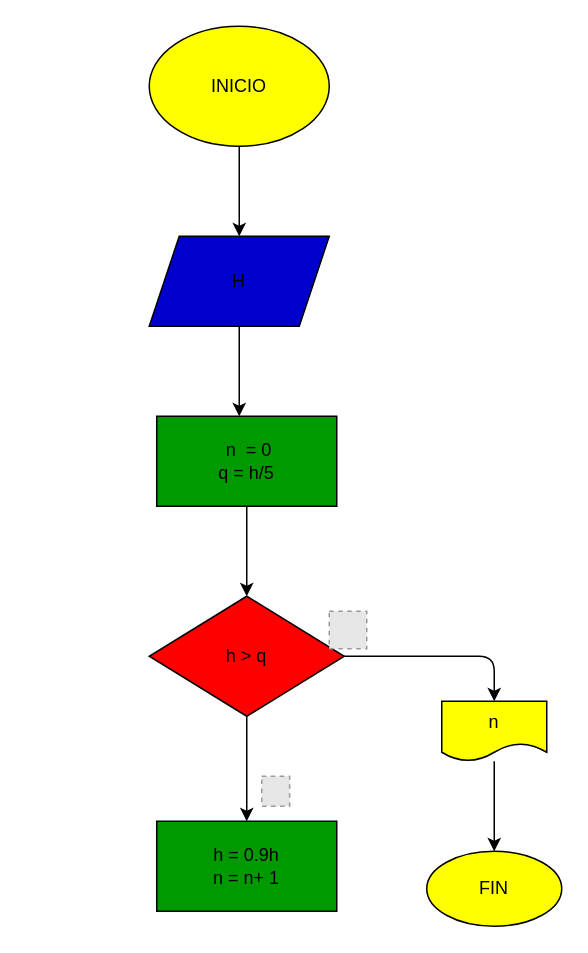
This is ejercicio_4/diagrama.drawio from dani72405bue/EJERCICIOS_PRACTICA_WHILE, a draw.io file, before an edit. Source tidied: cells renumbered, new cells numbered last; positions are measured from the earlier drawing's top-left corner, leaving out a move shared by most shapes. Both pictures are drawn from the tidied source at 150%, with x=0, y=0 at pixel (148, 26). Pictures stored in the file or linked from it are replaced by grey dashed boxes.
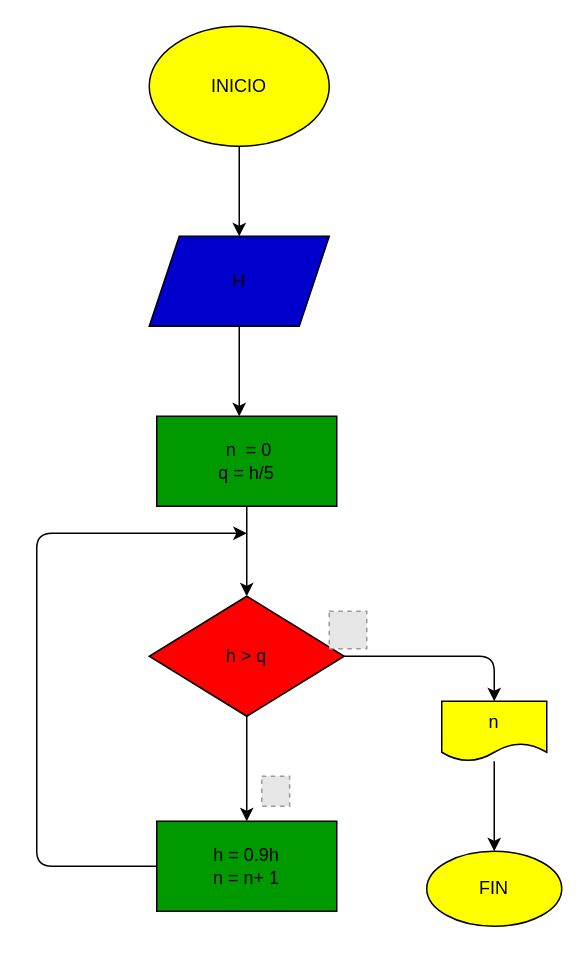
The same page after the edit.

The change refers to these unchanged cells:
```xml
<mxCell id="15" value="h = 0.9h&lt;div&gt;n = n+ 1&lt;/div&gt;" style="rounded=0;whiteSpace=wrap;html=1;fillColor=#009900;" parent="1" vertex="1">
  <mxGeometry x="5" y="530" width="120" height="60" as="geometry" />
</mxCell>
```

Diff of the diagram source:
```diff
@@
+    <mxCell id="17" style="edgeStyle=none;html=1;" parent="1" edge="1" source="15">
+      <mxGeometry relative="1" as="geometry">
+        <mxPoint x="65" y="338" as="targetPoint" />
+        <Array as="points">
+          <mxPoint x="-75" y="560" />
+          <mxPoint x="-75" y="338" />
+        </Array>
+      </mxGeometry>
+    </mxCell>
```
